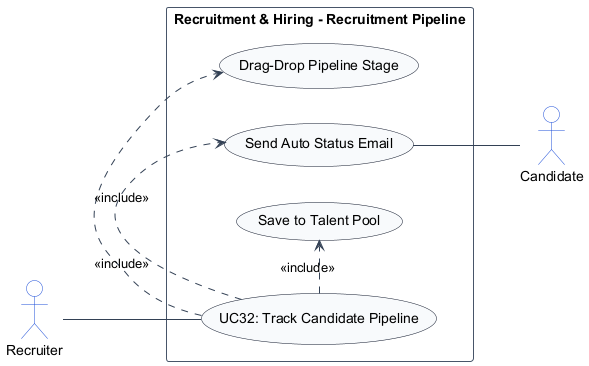
This is usecase_images/UC32.png from TamBui1706/HRPlatform, a PlantUML export, as it was before one commit. Source of this version:
```plantuml
@startuml
left to right direction
skinparam shadowing false
skinparam packageStyle rectangle
skinparam actorStyle stickman

skinparam ArrowColor #334155
skinparam ActorBorderColor #1d4ed8
skinparam ActorBackgroundColor #ffffff
skinparam UsecaseBorderColor #0f172a
skinparam UsecaseBackgroundColor #f8fafc
skinparam RectangleBorderColor #475569
skinparam RectangleBackgroundColor #ffffff

actor "Recruiter" as Recruiter
actor "Candidate" as Candidate

rectangle "Recruitment & Hiring - Recruitment Pipeline" {
    usecase "UC32: Track Candidate Pipeline" as UC_Main
    usecase "Drag-Drop Pipeline Stage" as UC_KanbanDrag
    usecase "Send Auto Status Email" as UC_AutoStatusEmail
    usecase "Save to Talent Pool" as UC_SavePool

    Recruiter -- UC_Main
    UC_Main .> UC_KanbanDrag : <<include>>
    UC_Main .> UC_AutoStatusEmail : <<include>>
    UC_Main .> UC_SavePool : <<include>>
    UC_AutoStatusEmail -- Candidate
}
@enduml
```
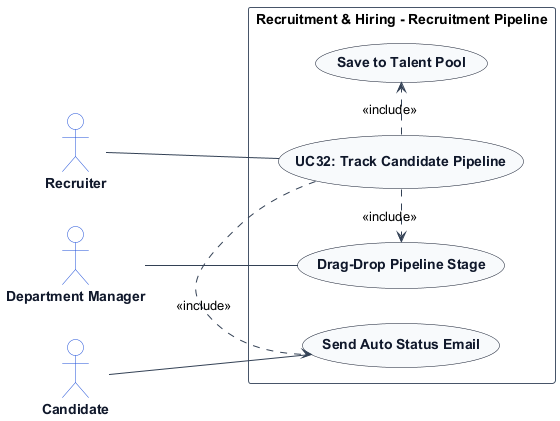
Above is the later version.

The edit, as a diff of the source:
```diff
@@ -7,12 +7,19 @@
 skinparam ArrowColor #334155
 skinparam ActorBorderColor #1d4ed8
 skinparam ActorBackgroundColor #ffffff
+skinparam ActorFontColor #0f172a
+skinparam ActorFontStyle bold
+
 skinparam UsecaseBorderColor #0f172a
 skinparam UsecaseBackgroundColor #f8fafc
+skinparam UsecaseFontColor #0f172a
+skinparam UsecaseFontStyle bold
+
 skinparam RectangleBorderColor #475569
 skinparam RectangleBackgroundColor #ffffff
 
 actor "Recruiter" as Recruiter
+actor "Department Manager" as DepartmentManager
 actor "Candidate" as Candidate
 
 rectangle "Recruitment & Hiring - Recruitment Pipeline" {
@@ -22,9 +29,10 @@
     usecase "Save to Talent Pool" as UC_SavePool
 
     Recruiter -- UC_Main
+    DepartmentManager -- UC_KanbanDrag
+    Candidate -- UC_AutoStatusEmail
     UC_Main .> UC_KanbanDrag : <<include>>
     UC_Main .> UC_AutoStatusEmail : <<include>>
     UC_Main .> UC_SavePool : <<include>>
-    UC_AutoStatusEmail -- Candidate
 }
 @enduml
```
